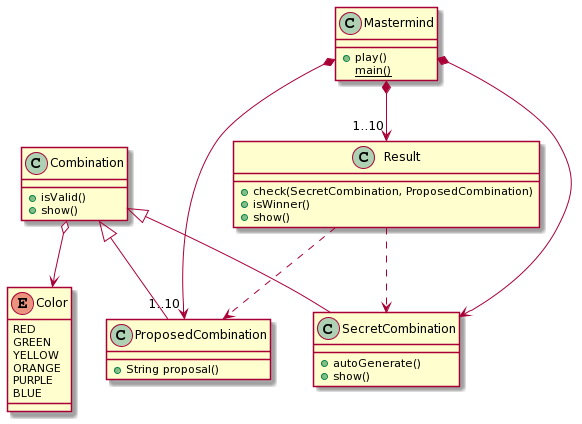
The PlantUML diagram Mastermind.png in Master-Desarrollo-20-21/ejercicio-1-relaciones-entre-clases-ajsinoga, before a commit.
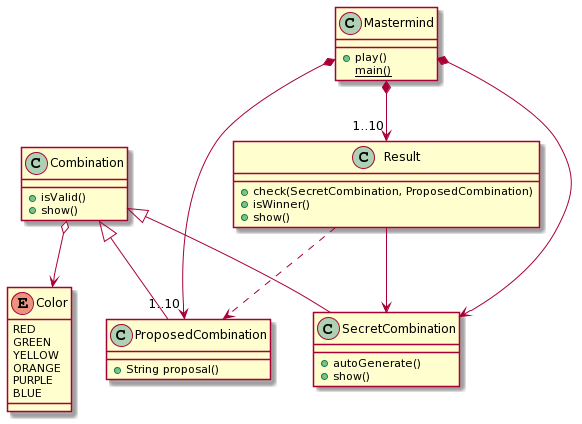
The same file after the commit.

Commit message:
Result colabora con SecretCombination - asociacion

What changed in the source:
```diff
@@ -37,7 +37,7 @@
 +show()
 }
 
-Result ..> SecretCombination
+Result --> SecretCombination
 Result ..> ProposedCombination
 
 
```
